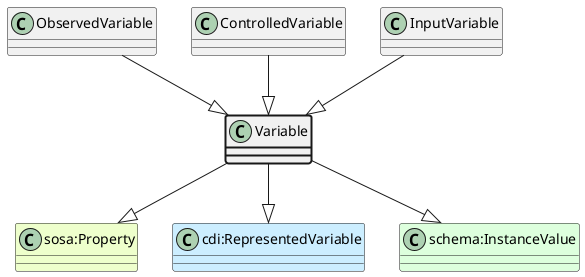
This is ttl_uml/ttl_appn_Variable.png from aus-plant-phenomics-network/appn-schema, a PlantUML export, as it was before one commit.
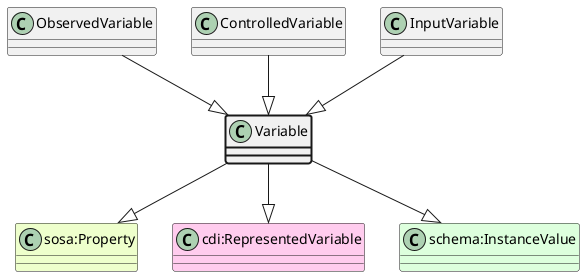
Later version of the same file.

Change to the diagram source:
```diff
@@ -2,7 +2,7 @@
 class Variable  #line.bold
 class "sosa:Property" #EEFFCC
 Variable --|> "sosa:Property"
-class "cdi:RepresentedVariable" #CCEEFF
+class "cdi:RepresentedVariable" #FFCCEE
 Variable --|> "cdi:RepresentedVariable"
 class "schema:InstanceValue" #DDFFDD
 Variable --|> "schema:InstanceValue"
```
